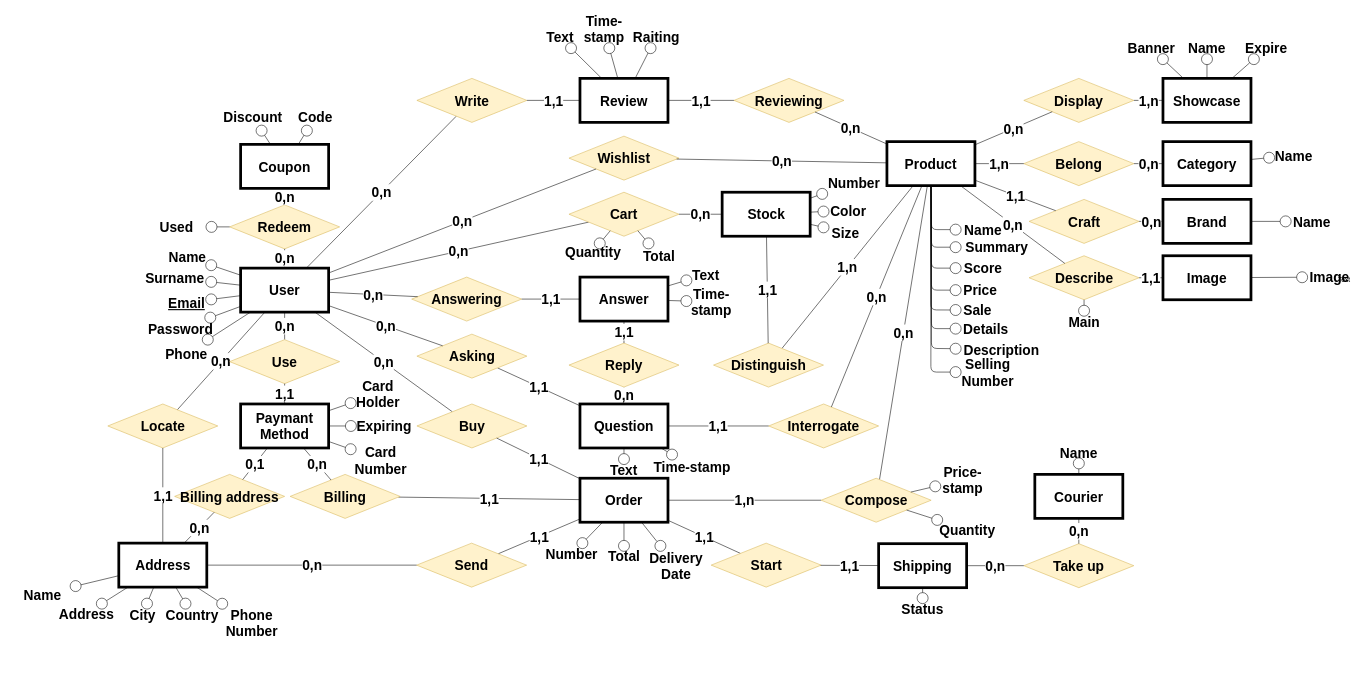
The draw.io diagram Tecnologie del web.drawio in Coccio98/Tecnologie-del-web, before the edit. Source tidied: cells renumbered, new cells numbered last; positions are measured from the earlier drawing's top-left corner, leaving out a move shared by most shapes. Both pictures are drawn from the tidied source at 55%, with x=0, y=0 at pixel (9, 9).
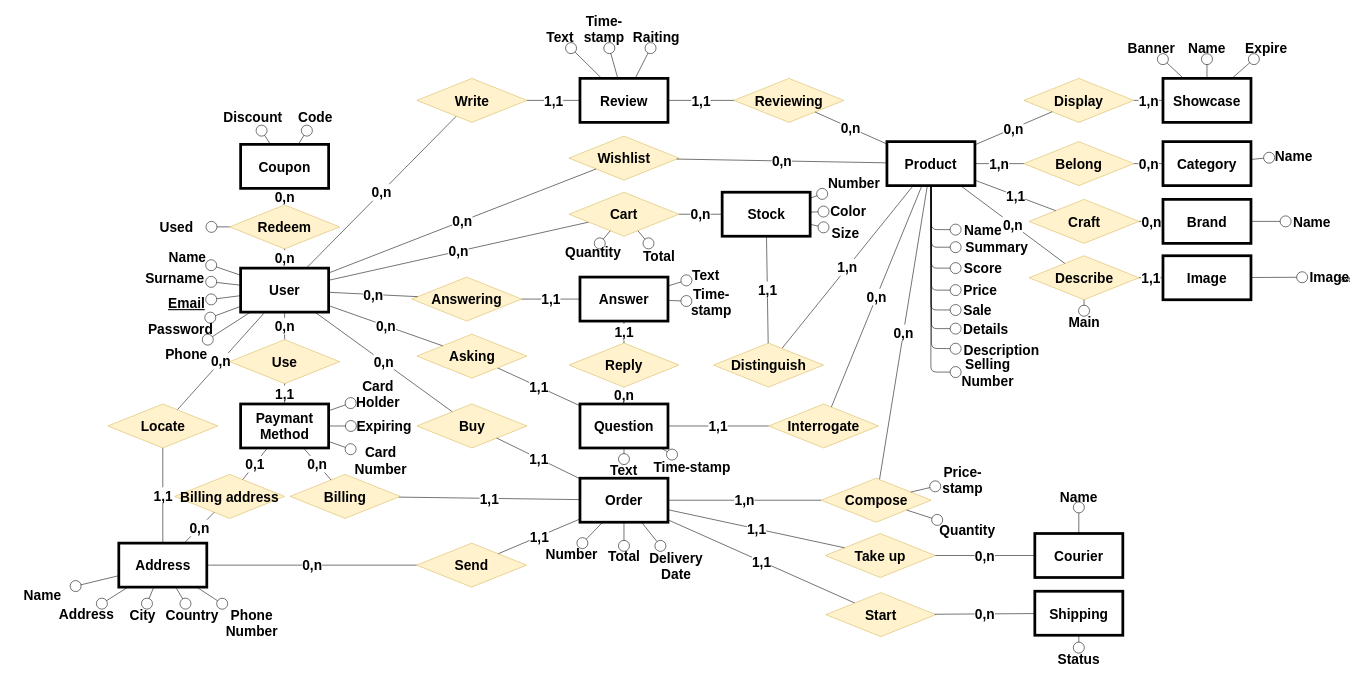
The same diagram, later.

The change refers to these unchanged cells:
```xml
<mxCell id="74" value="Order" style="rounded=0;whiteSpace=wrap;html=1;fontSize=25;fontStyle=1;strokeWidth=5;" parent="1" vertex="1">
  <mxGeometry x="1037" y="852" width="160" height="80" as="geometry" />
</mxCell>
```

The edit, as a diff of the source:
```diff
@@
     <mxCell id="31" value="Start" style="rhombus;whiteSpace=wrap;html=1;fontSize=25;fontStyle=1;fillColor=#fff2cc;strokeColor=#d6b656;" parent="1" vertex="1">
-      <mxGeometry x="1275.5" y="970" width="200" height="80" as="geometry" />
+      <mxGeometry x="1484" y="1060" width="200" height="80" as="geometry" />
     </mxCell>
-    <mxCell id="32" value="1,1" style="endArrow=none;html=1;fontSize=25;fontStyle=1;" parent="1" edge="1" source="72" target="31">
+    <mxCell id="32" value="0,n" style="endArrow=none;html=1;fontSize=25;fontStyle=1;" parent="1" edge="1" source="72" target="31">
       <mxGeometry relative="1" as="geometry" />
     </mxCell>
     <mxCell id="33" value="Take up" style="rhombus;whiteSpace=wrap;html=1;fontSize=25;fontStyle=1;fillColor=#fff2cc;strokeColor=#d6b656;" parent="1" vertex="1">
-      <mxGeometry x="1844" y="971" width="200" height="80" as="geometry" />
+      <mxGeometry x="1483" y="952.5" width="200" height="80" as="geometry" />
     </mxCell>
@@
-    <mxCell id="61" value="0,n" style="endArrow=none;html=1;fontSize=25;fontStyle=1;" parent="1" edge="1" source="33" target="72">
+    <mxCell id="61" value="1,1" style="endArrow=none;html=1;fontSize=25;fontStyle=1;" parent="1" edge="1" source="33" target="74">
       <mxGeometry relative="1" as="geometry" />
     </mxCell>
@@
     <mxCell id="71" value="Courier" style="rounded=0;whiteSpace=wrap;html=1;fontSize=25;fontStyle=1;strokeWidth=5;" parent="1" vertex="1">
-      <mxGeometry x="1864" y="845" width="160" height="80" as="geometry" />
+      <mxGeometry x="1864" y="952.5" width="160" height="80" as="geometry" />
     </mxCell>
     <mxCell id="72" value="Shipping" style="rounded=0;whiteSpace=wrap;html=1;fontSize=25;fontStyle=1;strokeWidth=5;" parent="1" vertex="1">
-      <mxGeometry x="1580" y="971" width="160" height="80" as="geometry" />
+      <mxGeometry x="1864" y="1057.5" width="160" height="80" as="geometry" />
     </mxCell>
@@
     <mxCell id="103" value="Name" style="text;html=1;strokeColor=none;fillColor=none;align=center;verticalAlign=middle;whiteSpace=wrap;rounded=0;fontSize=25;fontStyle=1;" parent="1" vertex="1">
-      <mxGeometry x="1899" y="785" width="90" height="40" as="geometry" />
+      <mxGeometry x="1899" y="865" width="90" height="40" as="geometry" />
     </mxCell>
@@
     <mxCell id="105" value="Status" style="text;html=1;strokeColor=none;fillColor=none;align=center;verticalAlign=middle;whiteSpace=wrap;rounded=0;fontSize=25;fontStyle=1;" parent="1" vertex="1">
-      <mxGeometry x="1610" y="1070" width="100" height="40" as="geometry" />
+      <mxGeometry x="1894" y="1160" width="100" height="40" as="geometry" />
     </mxCell>
```
